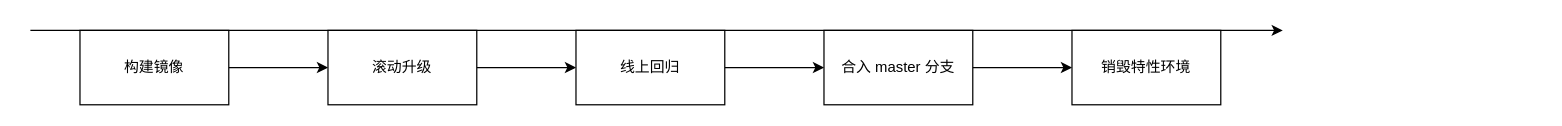
1005281342/svg keeps this draw.io diagram as 上线.drawio. Above is the earlier version. Source tidied: cells renumbered, new cells numbered last; positions are measured from the earlier drawing's top-left corner, leaving out a move shared by most shapes. Both pictures are drawn from the tidied source at 124%, with x=0, y=0 at pixel (30, 30).
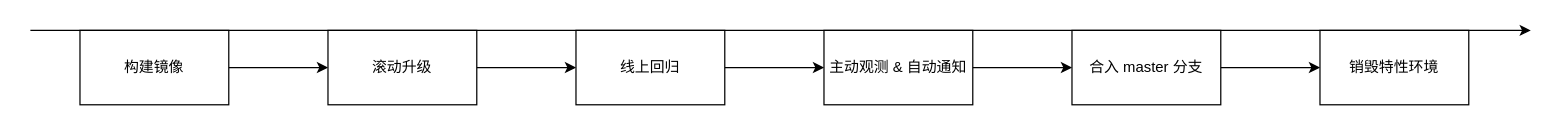
Above is the later version.

Diff of the diagram source:
```diff
@@
 <mxGraphModel>
   <root>
     <mxCell id="0" />
     <mxCell id="1" parent="0" />
     <mxCell id="2" style="endArrow=classic;html=1;rounded=0;" parent="1" edge="1">
       <mxGeometry relative="1" as="geometry">
         <mxPoint as="sourcePoint" />
-        <mxPoint x="1010" as="targetPoint" />
+        <mxPoint x="1210" as="targetPoint" />
       </mxGeometry>
     </mxCell>
     <mxCell id="3" style="edgeStyle=orthogonalEdgeStyle;rounded=0;jettySize=auto;html=1;entryX=0;entryY=0.5;entryDx=0;entryDy=0;" parent="1" edge="1" source="4" target="6">
       <mxGeometry relative="1" as="geometry" />
     </mxCell>
     <mxCell id="4" value="构建镜像" style="rounded=0;whiteSpace=wrap;html=1;" parent="1" vertex="1">
       <mxGeometry x="40" width="120" height="60" as="geometry" />
     </mxCell>
     <mxCell id="5" style="edgeStyle=orthogonalEdgeStyle;rounded=0;jettySize=auto;html=1;" parent="1" edge="1" source="6" target="8">
       <mxGeometry relative="1" as="geometry" />
     </mxCell>
     <mxCell id="6" value="滚动升级" style="rounded=0;whiteSpace=wrap;html=1;" parent="1" vertex="1">
       <mxGeometry x="240" width="120" height="60" as="geometry" />
     </mxCell>
-    <mxCell id="7" style="edgeStyle=orthogonalEdgeStyle;rounded=0;jettySize=auto;html=1;" parent="1" edge="1" source="8" target="10">
-      <mxGeometry relative="1" as="geometry" />
-    </mxCell>
+    <mxCell id="12" style="edgeStyle=orthogonalEdgeStyle;rounded=0;jettySize=auto;html=1;entryX=0;entryY=0.5;entryDx=0;entryDy=0;" parent="1" edge="1" source="8" target="14">
+      <mxGeometry relative="1" as="geometry" />
+    </mxCell>
     <mxCell id="8" value="线上回归" style="rounded=0;whiteSpace=wrap;html=1;" parent="1" vertex="1">
       <mxGeometry x="440" width="120" height="60" as="geometry" />
     </mxCell>
     <mxCell id="9" style="edgeStyle=orthogonalEdgeStyle;rounded=0;jettySize=auto;html=1;" parent="1" edge="1" source="10" target="11">
       <mxGeometry relative="1" as="geometry" />
     </mxCell>
     <mxCell id="10" value="合入 master 分支" style="rounded=0;whiteSpace=wrap;html=1;" parent="1" vertex="1">
-      <mxGeometry x="640" width="120" height="60" as="geometry" />
+      <mxGeometry x="840" width="120" height="60" as="geometry" />
     </mxCell>
     <mxCell id="11" value="销毁特性环境" style="rounded=0;whiteSpace=wrap;html=1;" parent="1" vertex="1">
-      <mxGeometry x="840" width="120" height="60" as="geometry" />
+      <mxGeometry x="1040" width="120" height="60" as="geometry" />
     </mxCell>
+    <mxCell id="13" style="edgeStyle=orthogonalEdgeStyle;rounded=0;jettySize=auto;html=1;" parent="1" edge="1" source="14" target="10">
+      <mxGeometry relative="1" as="geometry" />
+    </mxCell>
+    <mxCell id="14" value="主动观测 &amp;amp; 自动通知" style="rounded=0;whiteSpace=wrap;html=1;" parent="1" vertex="1">
+      <mxGeometry x="640" width="120" height="60" as="geometry" />
+    </mxCell>
   </root>
 </mxGraphModel>
```
